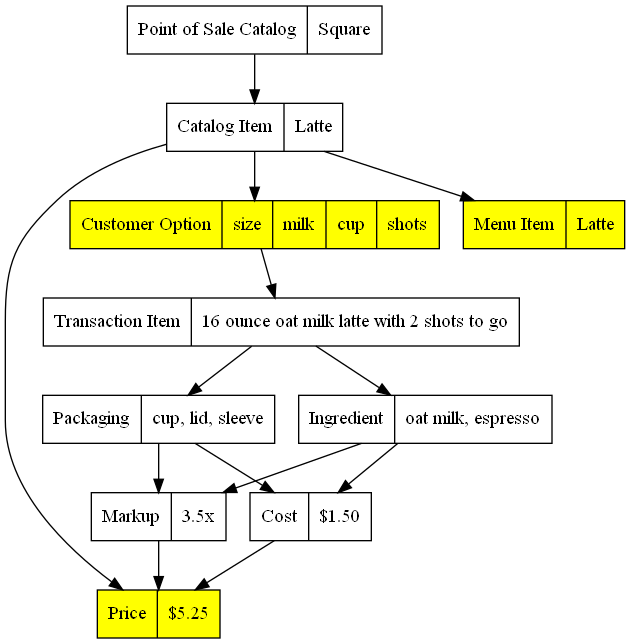
The PlantUML diagram apps/fernwood-costing/_entropy/plantUML/point-of-sale-costing-dag.png in fernwoodcafe/fernwoodcafe.github.io, before a commit. Its source is kept beside it as apps/fernwood-costing/_entropy/plantUML/point-of-sale-costing-dag.puml. Source of this version:
```plantuml
@startuml

digraph costing_plan {

  POS_Catalog -> POS_Catalog_Item

  POS_Catalog_Item -> Price
  POS_Catalog_Item -> Customer_Option
  POS_Catalog_Item -> Menu_Item_Name

  Customer_Option -> POS_Line_Item

  POS_Line_Item -> Packaging
  POS_Line_Item -> Ingredient

  Packaging -> Cost
  Ingredient -> Cost

  Packaging -> Markup
  Ingredient -> Markup

  Markup -> Price
  Cost -> Price

  POS_Line_Item [
    shape=record
    label = "
      Transaction Item
      |16 ounce oat milk latte with 2 shots to go
    "
  ]

  Menu_Item_Name [
    shape=record
    label="Menu Item|Latte"
    style=filled
    fillcolor=yellow
  ]

  Customer_Option [
    shape=record
    label = "Customer Option|size|milk|cup|shots"
    style=filled
    fillcolor=yellow
  ]

  Ingredient [
    shape=record
    label = "
      Ingredient
      |oat milk, espresso"
  ]

  Packaging [
    shape=record
    label = "Packaging|cup, lid, sleeve"
  ]

  POS_Catalog [
    shape=record
    label="Point of Sale Catalog|Square"
  ]

  POS_Catalog_Item [
    shape=record
    label="Catalog Item|Latte"
  ]

  Markup [
    shape=record
    label="Markup|3.5x"
  ]

  Cost [
    shape=record
    label="Cost|$1.50"
  ]

  Price [
    shape=record
    label="Price|$5.25"
    style=filled
    fillcolor=yellow
  ]
}

@enduml
```
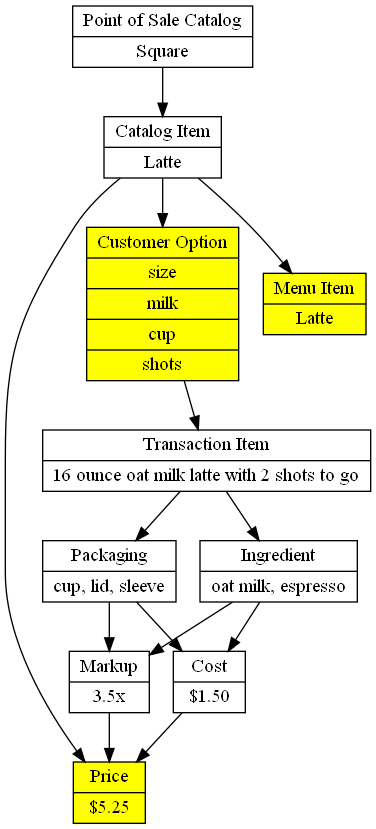
Above is the later version.

Commit message:
Convert to vertical records

The edit, as a diff of the source:
```diff
@@ -1,4 +1,4 @@
-@startuml
+@startdot
 
 digraph costing_plan {
 
@@ -24,64 +24,59 @@
 
   POS_Line_Item [
     shape=record
-    label = "
-      Transaction Item
-      |16 ounce oat milk latte with 2 shots to go
-    "
+    label = "{Transaction Item |16 ounce oat milk latte with 2 shots to go}"
   ]
 
   Menu_Item_Name [
     shape=record
-    label="Menu Item|Latte"
+    label="{Menu Item|Latte}"
     style=filled
     fillcolor=yellow
   ]
 
   Customer_Option [
     shape=record
-    label = "Customer Option|size|milk|cup|shots"
+    label = "{Customer Option|size|milk|cup|shots}"
     style=filled
     fillcolor=yellow
   ]
 
   Ingredient [
     shape=record
-    label = "
-      Ingredient
-      |oat milk, espresso"
+    label = "{Ingredient|oat milk, espresso}"
   ]
 
   Packaging [
     shape=record
-    label = "Packaging|cup, lid, sleeve"
+    label = "{Packaging|cup, lid, sleeve}"
   ]
 
   POS_Catalog [
     shape=record
-    label="Point of Sale Catalog|Square"
+    label="{Point of Sale Catalog|Square}"
   ]
 
   POS_Catalog_Item [
     shape=record
-    label="Catalog Item|Latte"
+    label="{Catalog Item|Latte}"
   ]
 
   Markup [
     shape=record
-    label="Markup|3.5x"
+    label="{Markup|3.5x}"
   ]
 
   Cost [
     shape=record
-    label="Cost|$1.50"
+    label="{Cost|$1.50}"
   ]
 
   Price [
     shape=record
-    label="Price|$5.25"
+    label="{Price|$5.25}"
     style=filled
     fillcolor=yellow
   ]
 }
 
-@enduml
+@enddot
```
